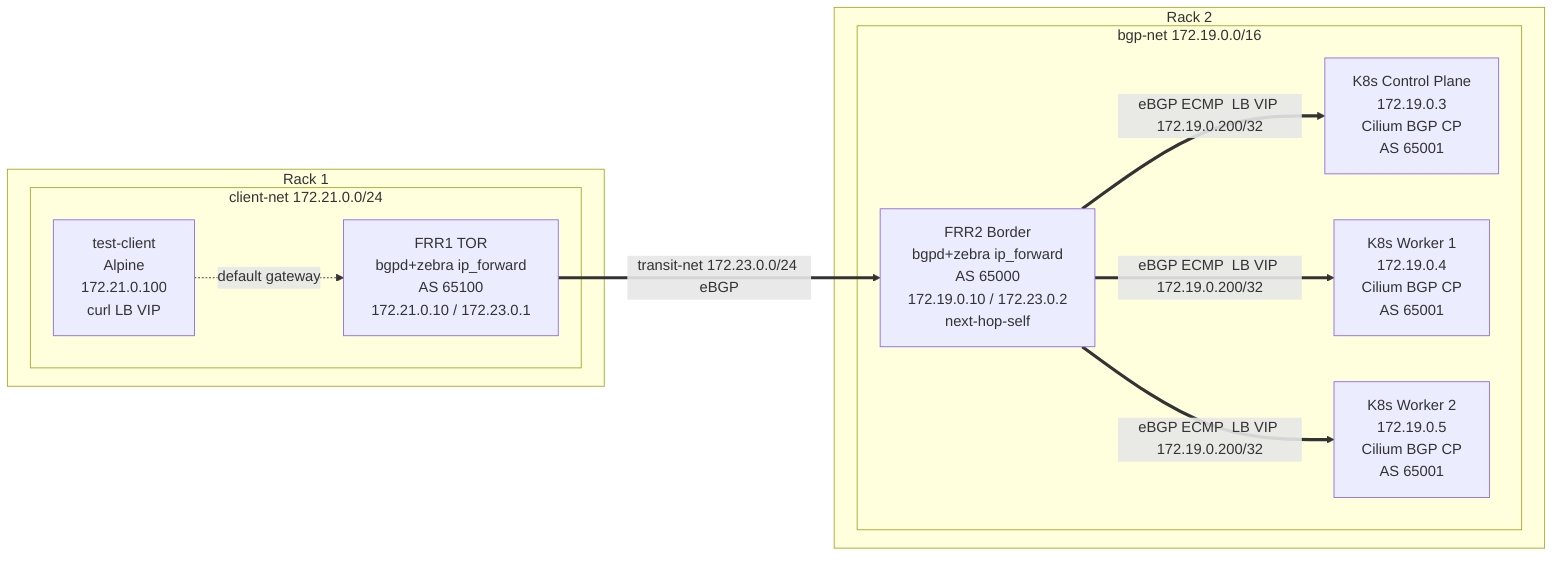
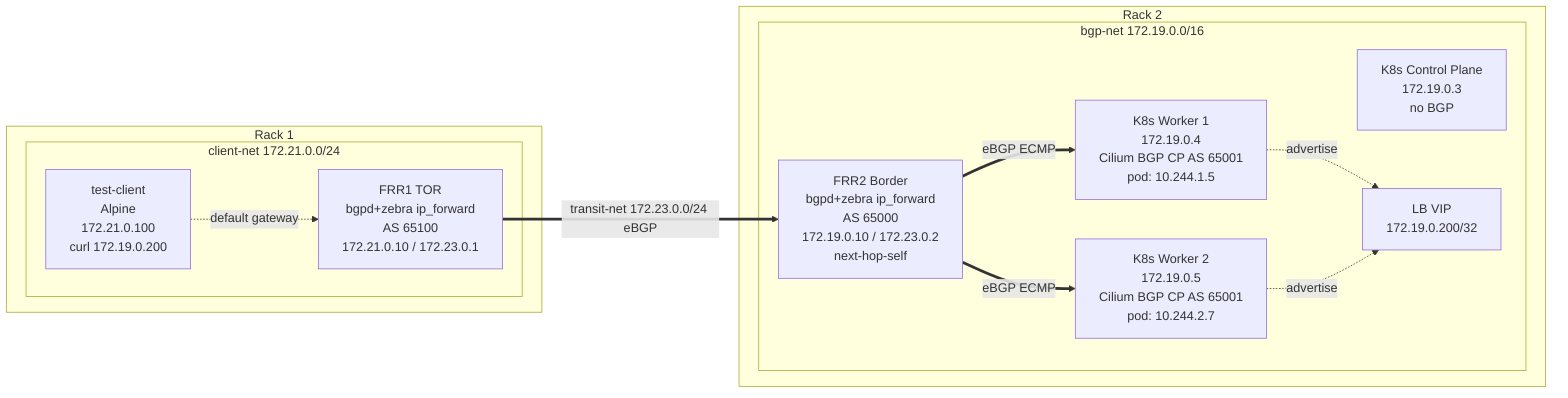
graph LR
    subgraph R1["Rack 1"]
        subgraph CN["client-net 172.21.0.0/24"]
            CL["test-client
                Alpine
                172.21.0.100
-                 curl LB VIP"]
+                 curl 172.19.0.200"]
            F1["FRR1 TOR
                bgpd+zebra ip_forward
                AS 65100
                172.21.0.10 / 172.23.0.1"]
        end
    end

    F1 ==>|transit-net 172.23.0.0/24 eBGP| F2

    subgraph R2["Rack 2"]
        subgraph BN["bgp-net 172.19.0.0/16"]
            F2["FRR2 Border
                bgpd+zebra ip_forward
                AS 65000
                172.19.0.10 / 172.23.0.2
                next-hop-self"]
            CP["K8s Control Plane
                172.19.0.3
-                 Cilium BGP CP
-                 AS 65001"]
+                 no BGP"]
            WK["K8s Worker 1
                172.19.0.4
-                 Cilium BGP CP
-                 AS 65001"]
+                 Cilium BGP CP AS 65001
+                 pod: 10.244.1.5"]
            WK2["K8s Worker 2
                172.19.0.5
-                 Cilium BGP CP
-                 AS 65001"]
+                 Cilium BGP CP AS 65001
+                 pod: 10.244.2.7"]
+             LB["LB VIP
+                 172.19.0.200/32"]
        end
    end

-     F2 ==>|eBGP ECMP  LB VIP 172.19.0.200/32| CP
-     F2 ==>|eBGP ECMP  LB VIP 172.19.0.200/32| WK
-     F2 ==>|eBGP ECMP  LB VIP 172.19.0.200/32| WK2
+     F2 ==>|eBGP ECMP| WK
+     F2 ==>|eBGP ECMP| WK2
+ 
+     WK -.->|advertise| LB
+     WK2 -.->|advertise| LB

    CL -.->|default gateway| F1
